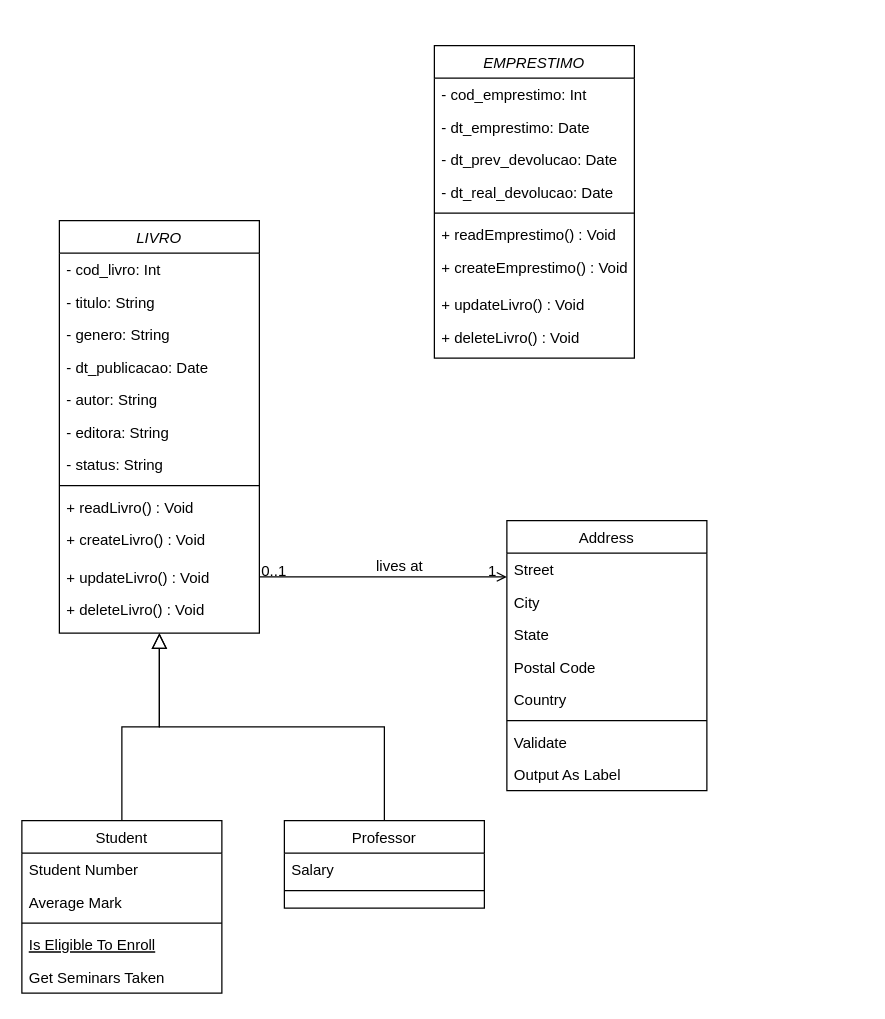
This is Diagrama sem nome.drawio from Joniclei/DiagramaDeClasse, a draw.io file, before an edit. Source tidied: cells renumbered, new cells numbered last; positions are measured from the earlier drawing's top-left corner, leaving out a move shared by most shapes. Both pictures are drawn from the tidied source at 125%, with x=0, y=0 at pixel (21, 45).
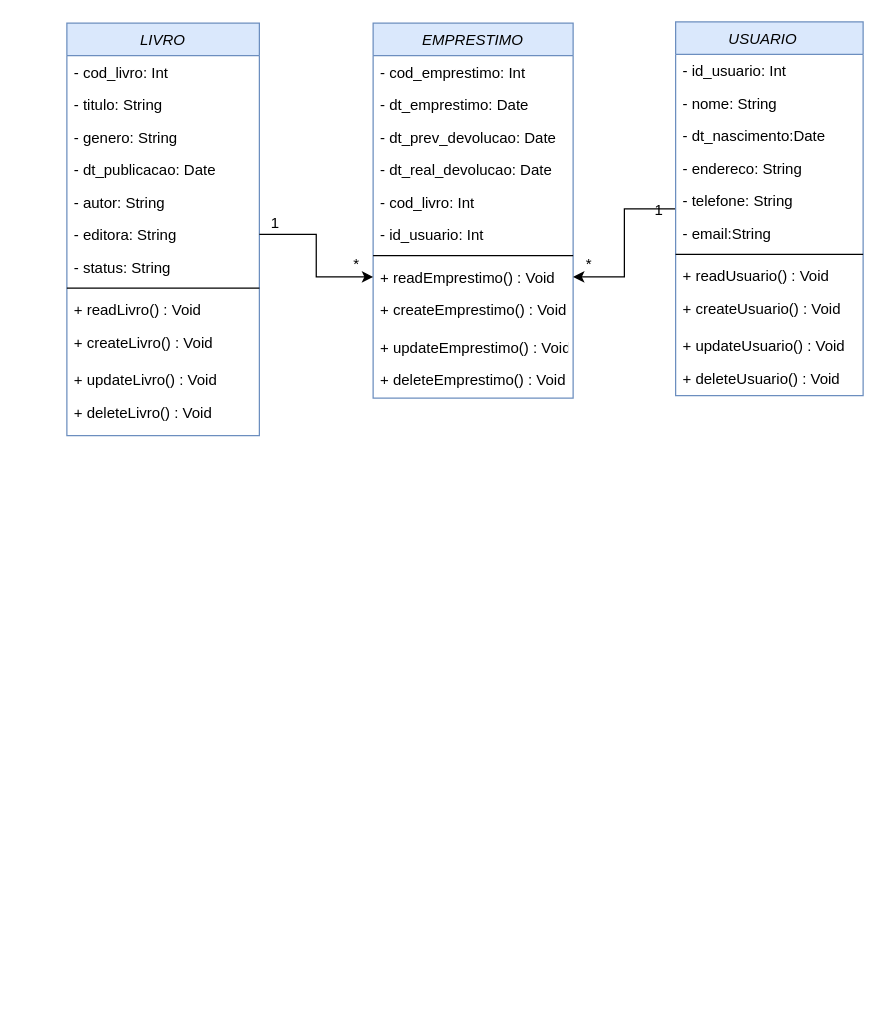
After the change.

What changed in the source:
```diff
@@
-    <mxCell id="2" value="LIVRO" style="swimlane;fontStyle=2;align=center;verticalAlign=top;horizontal=1;startSize=26;rounded=0;shadow=0;strokeWidth=1;" parent="1" vertex="1">
-      <mxGeometry x="30" y="140" width="160" height="330" as="geometry" />
+    <mxCell id="2" value="LIVRO" style="swimlane;fontStyle=2;align=center;verticalAlign=top;horizontal=1;startSize=26;rounded=0;shadow=0;strokeWidth=1;fillColor=#dae8fc;strokeColor=#6c8ebf;" parent="1" vertex="1">
+      <mxGeometry x="36" y="-18" width="154" height="330" as="geometry" />
     </mxCell>
     <mxCell id="3" value="- cod_livro: Int" style="text;align=left;verticalAlign=top;spacingLeft=4;spacingRight=4;overflow=hidden;" parent="2" vertex="1">
-      <mxGeometry y="26" width="160" height="26" as="geometry" />
+      <mxGeometry y="26" width="154" height="26" as="geometry" />
     </mxCell>
     <mxCell id="4" value="- titulo: String" style="text;align=left;verticalAlign=top;spacingLeft=4;spacingRight=4;overflow=hidden;rounded=0;shadow=0;html=0;" parent="2" vertex="1">
-      <mxGeometry y="52" width="160" height="26" as="geometry" />
+      <mxGeometry y="52" width="154" height="26" as="geometry" />
     </mxCell>
     <mxCell id="5" value="- genero: String" style="text;align=left;verticalAlign=top;spacingLeft=4;spacingRight=4;overflow=hidden;rounded=0;shadow=0;html=0;" parent="2" vertex="1">
-      <mxGeometry y="78" width="160" height="26" as="geometry" />
+      <mxGeometry y="78" width="154" height="26" as="geometry" />
     </mxCell>
     <mxCell id="6" value="- dt_publicacao: Date" style="text;align=left;verticalAlign=top;spacingLeft=4;spacingRight=4;overflow=hidden;rounded=0;shadow=0;html=0;" parent="2" vertex="1">
-      <mxGeometry y="104" width="160" height="26" as="geometry" />
+      <mxGeometry y="104" width="154" height="26" as="geometry" />
     </mxCell>
     <mxCell id="7" value="- autor: String&#10;" style="text;align=left;verticalAlign=top;spacingLeft=4;spacingRight=4;overflow=hidden;rounded=0;shadow=0;html=0;" parent="2" vertex="1">
-      <mxGeometry y="130" width="160" height="26" as="geometry" />
+      <mxGeometry y="130" width="154" height="26" as="geometry" />
     </mxCell>
     <mxCell id="8" value="- editora: String&#10;" style="text;align=left;verticalAlign=top;spacingLeft=4;spacingRight=4;overflow=hidden;points=[[0,0.5],[1,0.5]];portConstraint=eastwest;rounded=0;shadow=0;html=0;" parent="2" vertex="1">
-      <mxGeometry y="156" width="160" height="26" as="geometry" />
+      <mxGeometry y="156" width="154" height="26" as="geometry" />
     </mxCell>
     <mxCell id="9" value="- status: String" style="text;align=left;verticalAlign=top;spacingLeft=4;spacingRight=4;overflow=hidden;rounded=0;shadow=0;html=0;" parent="2" vertex="1">
-      <mxGeometry y="182" width="160" height="26" as="geometry" />
+      <mxGeometry y="182" width="154" height="26" as="geometry" />
     </mxCell>
     <mxCell id="10" style="line;html=1;strokeWidth=1;align=left;verticalAlign=middle;spacingTop=-1;spacingLeft=3;spacingRight=3;labelPosition=right;" parent="2" vertex="1">
-      <mxGeometry y="208" width="160" height="8" as="geometry" />
+      <mxGeometry y="208" width="154" height="8" as="geometry" />
     </mxCell>
     <mxCell id="11" value="+ readLivro() : Void" style="text;align=left;verticalAlign=top;spacingLeft=4;spacingRight=4;overflow=hidden;" parent="2" vertex="1">
-      <mxGeometry y="216" width="160" height="26" as="geometry" />
+      <mxGeometry y="216" width="154" height="26" as="geometry" />
     </mxCell>
     <mxCell id="12" value="+ createLivro() : Void" style="text;align=left;verticalAlign=top;spacingLeft=4;spacingRight=4;overflow=hidden;" parent="2" vertex="1">
-      <mxGeometry y="242" width="160" height="30" as="geometry" />
+      <mxGeometry y="242" width="154" height="30" as="geometry" />
     </mxCell>
     <mxCell id="13" value="+ updateLivro() : Void" style="text;align=left;verticalAlign=top;spacingLeft=4;spacingRight=4;overflow=hidden;" parent="2" vertex="1">
-      <mxGeometry y="272" width="160" height="26" as="geometry" />
+      <mxGeometry y="272" width="154" height="26" as="geometry" />
     </mxCell>
     <mxCell id="14" value="+ deleteLivro() : Void" style="text;align=left;verticalAlign=top;spacingLeft=4;spacingRight=4;overflow=hidden;" parent="2" vertex="1">
-      <mxGeometry y="298" width="160" height="26" as="geometry" />
+      <mxGeometry y="298" width="154" height="26" as="geometry" />
     </mxCell>
-    <mxCell id="15" value="Student" style="swimlane;fontStyle=0;align=center;verticalAlign=top;horizontal=1;startSize=26;rounded=0;shadow=0;strokeWidth=1;" parent="1" vertex="1">
-      <mxGeometry y="620" width="160" height="138" as="geometry" />
-    </mxCell>
-    <mxCell id="16" value="Student Number" style="text;align=left;verticalAlign=top;spacingLeft=4;spacingRight=4;overflow=hidden;" parent="15" vertex="1">
-      <mxGeometry y="26" width="160" height="26" as="geometry" />
-    </mxCell>
-    <mxCell id="17" value="Average Mark" style="text;align=left;verticalAlign=top;spacingLeft=4;spacingRight=4;overflow=hidden;rounded=0;shadow=0;html=0;" parent="15" vertex="1">
-      <mxGeometry y="52" width="160" height="26" as="geometry" />
-    </mxCell>
-    <mxCell id="18" style="line;html=1;strokeWidth=1;align=left;verticalAlign=middle;spacingTop=-1;spacingLeft=3;spacingRight=3;labelPosition=right;" parent="15" vertex="1">
-      <mxGeometry y="78" width="160" height="8" as="geometry" />
-    </mxCell>
-    <mxCell id="19" value="Is Eligible To Enroll" style="text;align=left;verticalAlign=top;spacingLeft=4;spacingRight=4;overflow=hidden;fontStyle=4;" parent="15" vertex="1">
-      <mxGeometry y="86" width="160" height="26" as="geometry" />
-    </mxCell>
-    <mxCell id="20" value="Get Seminars Taken" style="text;align=left;verticalAlign=top;spacingLeft=4;spacingRight=4;overflow=hidden;" parent="15" vertex="1">
-      <mxGeometry y="112" width="160" height="26" as="geometry" />
-    </mxCell>
-    <mxCell id="21" style="endArrow=block;endSize=10;endFill=0;shadow=0;strokeWidth=1;rounded=0;edgeStyle=elbowEdgeStyle;elbow=vertical;" parent="1" edge="1" source="15" target="2">
-      <mxGeometry relative="1" as="geometry" />
-    </mxCell>
-    <mxCell id="22" value="Professor" style="swimlane;fontStyle=0;align=center;verticalAlign=top;horizontal=1;startSize=26;rounded=0;shadow=0;strokeWidth=1;" parent="1" vertex="1">
-      <mxGeometry x="210" y="620" width="160" height="70" as="geometry" />
-    </mxCell>
-    <mxCell id="23" value="Salary" style="text;align=left;verticalAlign=top;spacingLeft=4;spacingRight=4;overflow=hidden;" parent="22" vertex="1">
-      <mxGeometry y="26" width="160" height="26" as="geometry" />
-    </mxCell>
-    <mxCell id="24" style="line;html=1;strokeWidth=1;align=left;verticalAlign=middle;spacingTop=-1;spacingLeft=3;spacingRight=3;labelPosition=right;" parent="22" vertex="1">
-      <mxGeometry y="52" width="160" height="8" as="geometry" />
-    </mxCell>
-    <mxCell id="25" style="endArrow=block;endSize=10;endFill=0;shadow=0;strokeWidth=1;rounded=0;edgeStyle=elbowEdgeStyle;elbow=vertical;" parent="1" edge="1" source="22" target="2">
-      <mxGeometry relative="1" as="geometry" />
-    </mxCell>
-    <mxCell id="26" value="Address" style="swimlane;fontStyle=0;align=center;verticalAlign=top;horizontal=1;startSize=26;rounded=0;shadow=0;strokeWidth=1;" parent="1" vertex="1">
-      <mxGeometry x="388" y="380" width="160" height="216" as="geometry" />
-    </mxCell>
-    <mxCell id="27" value="Street" style="text;align=left;verticalAlign=top;spacingLeft=4;spacingRight=4;overflow=hidden;" parent="26" vertex="1">
-      <mxGeometry y="26" width="160" height="26" as="geometry" />
-    </mxCell>
-    <mxCell id="28" value="City" style="text;align=left;verticalAlign=top;spacingLeft=4;spacingRight=4;overflow=hidden;rounded=0;shadow=0;html=0;" parent="26" vertex="1">
-      <mxGeometry y="52" width="160" height="26" as="geometry" />
-    </mxCell>
-    <mxCell id="29" value="State" style="text;align=left;verticalAlign=top;spacingLeft=4;spacingRight=4;overflow=hidden;rounded=0;shadow=0;html=0;" parent="26" vertex="1">
-      <mxGeometry y="78" width="160" height="26" as="geometry" />
-    </mxCell>
-    <mxCell id="30" value="Postal Code" style="text;align=left;verticalAlign=top;spacingLeft=4;spacingRight=4;overflow=hidden;rounded=0;shadow=0;html=0;" parent="26" vertex="1">
-      <mxGeometry y="104" width="160" height="26" as="geometry" />
-    </mxCell>
-    <mxCell id="31" value="Country" style="text;align=left;verticalAlign=top;spacingLeft=4;spacingRight=4;overflow=hidden;rounded=0;shadow=0;html=0;" parent="26" vertex="1">
-      <mxGeometry y="130" width="160" height="26" as="geometry" />
-    </mxCell>
-    <mxCell id="32" style="line;html=1;strokeWidth=1;align=left;verticalAlign=middle;spacingTop=-1;spacingLeft=3;spacingRight=3;labelPosition=right;" parent="26" vertex="1">
-      <mxGeometry y="156" width="160" height="8" as="geometry" />
-    </mxCell>
-    <mxCell id="33" value="Validate" style="text;align=left;verticalAlign=top;spacingLeft=4;spacingRight=4;overflow=hidden;" parent="26" vertex="1">
-      <mxGeometry y="164" width="160" height="26" as="geometry" />
-    </mxCell>
-    <mxCell id="34" value="Output As Label" style="text;align=left;verticalAlign=top;spacingLeft=4;spacingRight=4;overflow=hidden;" parent="26" vertex="1">
-      <mxGeometry y="190" width="160" height="26" as="geometry" />
-    </mxCell>
-    <mxCell id="35" style="endArrow=open;shadow=0;strokeWidth=1;rounded=0;endFill=1;edgeStyle=elbowEdgeStyle;elbow=vertical;" parent="1" edge="1" source="2" target="26">
-      <mxGeometry x="0.5" y="41" relative="1" as="geometry">
-        <mxPoint x="-40" y="32" as="offset" />
-      </mxGeometry>
-    </mxCell>
-    <mxCell id="36" value="0..1" style="align=left;verticalAlign=bottom;labelBackgroundColor=none;fontSize=12;" parent="35" vertex="1">
-      <mxGeometry x="-1" relative="1" as="geometry">
-        <mxPoint y="4" as="offset" />
-      </mxGeometry>
-    </mxCell>
-    <mxCell id="37" value="1" style="align=right;verticalAlign=bottom;labelBackgroundColor=none;fontSize=12;" parent="35" vertex="1">
-      <mxGeometry x="1" relative="1" as="geometry">
-        <mxPoint x="-7" y="4" as="offset" />
-      </mxGeometry>
-    </mxCell>
-    <mxCell id="38" value="lives at" style="text;html=1;align=center;verticalAlign=middle;labelBackgroundColor=none;rounded=0;shadow=0;strokeWidth=1;fontSize=12;" parent="35" vertex="1">
-      <mxGeometry x="0.5" y="49" relative="1" as="geometry">
-        <mxPoint x="-38" y="40" as="offset" />
-      </mxGeometry>
-    </mxCell>
-    <mxCell id="39" value="EMPRESTIMO" style="swimlane;fontStyle=2;align=center;verticalAlign=top;horizontal=1;startSize=26;rounded=0;shadow=0;strokeWidth=1;" parent="1" vertex="1">
-      <mxGeometry x="330" width="160" height="250" as="geometry" />
+    <mxCell id="39" value="EMPRESTIMO" style="swimlane;fontStyle=2;align=center;verticalAlign=top;horizontal=1;startSize=26;rounded=0;shadow=0;strokeWidth=1;fillColor=#dae8fc;strokeColor=#6c8ebf;" parent="1" vertex="1">
+      <mxGeometry x="281" y="-18" width="160" height="300" as="geometry" />
     </mxCell>
@@
+    <mxCell id="49" value="- cod_livro: Int" style="text;align=left;verticalAlign=top;spacingLeft=4;spacingRight=4;overflow=hidden;" parent="39" vertex="1">
+      <mxGeometry y="130" width="160" height="26" as="geometry" />
+    </mxCell>
+    <mxCell id="50" value="- id_usuario: Int" style="text;align=left;verticalAlign=top;spacingLeft=4;spacingRight=4;overflow=hidden;rounded=0;shadow=0;html=0;" parent="39" vertex="1">
+      <mxGeometry y="156" width="160" height="26" as="geometry" />
+    </mxCell>
     <mxCell id="44" style="line;html=1;strokeWidth=1;align=left;verticalAlign=middle;spacingTop=-1;spacingLeft=3;spacingRight=3;labelPosition=right;" parent="39" vertex="1">
-      <mxGeometry y="130" width="160" height="8" as="geometry" />
+      <mxGeometry y="182" width="160" height="8" as="geometry" />
     </mxCell>
     <mxCell id="45" value="+ readEmprestimo() : Void" style="text;align=left;verticalAlign=top;spacingLeft=4;spacingRight=4;overflow=hidden;points=[[0,0.5],[1,0.5]];portConstraint=eastwest;" parent="39" vertex="1">
-      <mxGeometry y="138" width="160" height="26" as="geometry" />
+      <mxGeometry y="190" width="160" height="26" as="geometry" />
     </mxCell>
     <mxCell id="46" value="+ createEmprestimo() : Void" style="text;align=left;verticalAlign=top;spacingLeft=4;spacingRight=4;overflow=hidden;" parent="39" vertex="1">
-      <mxGeometry y="164" width="160" height="30" as="geometry" />
+      <mxGeometry y="216" width="160" height="30" as="geometry" />
     </mxCell>
-    <mxCell id="47" value="+ updateLivro() : Void" style="text;align=left;verticalAlign=top;spacingLeft=4;spacingRight=4;overflow=hidden;" parent="39" vertex="1">
-      <mxGeometry y="194" width="160" height="26" as="geometry" />
+    <mxCell id="47" value="+ updateEmprestimo() : Void" style="text;align=left;verticalAlign=top;spacingLeft=4;spacingRight=4;overflow=hidden;" parent="39" vertex="1">
+      <mxGeometry y="246" width="160" height="26" as="geometry" />
     </mxCell>
-    <mxCell id="48" value="+ deleteLivro() : Void" style="text;align=left;verticalAlign=top;spacingLeft=4;spacingRight=4;overflow=hidden;" parent="39" vertex="1">
-      <mxGeometry y="220" width="160" height="26" as="geometry" />
+    <mxCell id="48" value="+ deleteEmprestimo() : Void" style="text;align=left;verticalAlign=top;spacingLeft=4;spacingRight=4;overflow=hidden;" parent="39" vertex="1">
+      <mxGeometry y="272" width="160" height="26" as="geometry" />
     </mxCell>
+    <mxCell id="51" style="edgeStyle=orthogonalEdgeStyle;rounded=0;jettySize=auto;html=1;" parent="1" edge="1" source="52" target="45">
+      <mxGeometry relative="1" as="geometry" />
+    </mxCell>
+    <mxCell id="52" value="USUARIO   " style="swimlane;fontStyle=2;align=center;verticalAlign=top;horizontal=1;startSize=26;rounded=0;shadow=0;strokeWidth=1;fillColor=#dae8fc;strokeColor=#6c8ebf;" parent="1" vertex="1">
+      <mxGeometry x="523" y="-19" width="150" height="299" as="geometry" />
+    </mxCell>
+    <mxCell id="53" value="- id_usuario: Int" style="text;align=left;verticalAlign=top;spacingLeft=4;spacingRight=4;overflow=hidden;rounded=0;shadow=0;html=0;" parent="52" vertex="1">
+      <mxGeometry y="26" width="150" height="26" as="geometry" />
+    </mxCell>
+    <mxCell id="54" value="- nome: String" style="text;align=left;verticalAlign=top;spacingLeft=4;spacingRight=4;overflow=hidden;" parent="52" vertex="1">
+      <mxGeometry y="52" width="150" height="26" as="geometry" />
+    </mxCell>
+    <mxCell id="55" value="- dt_nascimento:Date" style="text;align=left;verticalAlign=top;spacingLeft=4;spacingRight=4;overflow=hidden;rounded=0;shadow=0;html=0;" parent="52" vertex="1">
+      <mxGeometry y="78" width="150" height="26" as="geometry" />
+    </mxCell>
+    <mxCell id="56" value="- endereco: String" style="text;align=left;verticalAlign=top;spacingLeft=4;spacingRight=4;overflow=hidden;rounded=0;shadow=0;html=0;" parent="52" vertex="1">
+      <mxGeometry y="104" width="150" height="26" as="geometry" />
+    </mxCell>
+    <mxCell id="57" value="- telefone: String" style="text;align=left;verticalAlign=top;spacingLeft=4;spacingRight=4;overflow=hidden;rounded=0;shadow=0;html=0;" parent="52" vertex="1">
+      <mxGeometry y="130" width="150" height="26" as="geometry" />
+    </mxCell>
+    <mxCell id="58" value="- email:String" style="text;align=left;verticalAlign=top;spacingLeft=4;spacingRight=4;overflow=hidden;" parent="52" vertex="1">
+      <mxGeometry y="156" width="150" height="26" as="geometry" />
+    </mxCell>
+    <mxCell id="59" style="line;html=1;strokeWidth=1;align=left;verticalAlign=middle;spacingTop=-1;spacingLeft=3;spacingRight=3;labelPosition=right;" parent="52" vertex="1">
+      <mxGeometry y="182" width="150" height="8" as="geometry" />
+    </mxCell>
+    <mxCell id="60" value="+ readUsuario() : Void" style="text;align=left;verticalAlign=top;spacingLeft=4;spacingRight=4;overflow=hidden;" parent="52" vertex="1">
+      <mxGeometry y="190" width="150" height="26" as="geometry" />
+    </mxCell>
+    <mxCell id="61" value="+ createUsuario() : Void" style="text;align=left;verticalAlign=top;spacingLeft=4;spacingRight=4;overflow=hidden;" parent="52" vertex="1">
+      <mxGeometry y="216" width="150" height="30" as="geometry" />
+    </mxCell>
+    <mxCell id="62" value="+ updateUsuario() : Void" style="text;align=left;verticalAlign=top;spacingLeft=4;spacingRight=4;overflow=hidden;" parent="52" vertex="1">
+      <mxGeometry y="246" width="150" height="26" as="geometry" />
+    </mxCell>
+    <mxCell id="63" value="+ deleteUsuario() : Void" style="text;align=left;verticalAlign=top;spacingLeft=4;spacingRight=4;overflow=hidden;" parent="52" vertex="1">
+      <mxGeometry y="272" width="150" height="26" as="geometry" />
+    </mxCell>
+    <mxCell id="64" style="edgeStyle=orthogonalEdgeStyle;rounded=0;jettySize=auto;html=1;" parent="1" edge="1" source="8" target="45">
+      <mxGeometry relative="1" as="geometry" />
+    </mxCell>
+    <mxCell id="65" value="*" style="text;html=1;strokeColor=none;fillColor=none;align=center;verticalAlign=middle;whiteSpace=wrap;rounded=0;" parent="1" vertex="1">
+      <mxGeometry x="255" y="170" width="26" height="10" as="geometry" />
+    </mxCell>
+    <mxCell id="66" value="*" style="text;html=1;strokeColor=none;fillColor=none;align=center;verticalAlign=middle;whiteSpace=wrap;rounded=0;" parent="1" vertex="1">
+      <mxGeometry x="441" y="170" width="26" height="10" as="geometry" />
+    </mxCell>
+    <mxCell id="67" value="1" style="text;html=1;strokeColor=none;fillColor=none;align=center;verticalAlign=middle;whiteSpace=wrap;rounded=0;" parent="1" vertex="1">
+      <mxGeometry x="497" y="127" width="26" height="10" as="geometry" />
+    </mxCell>
+    <mxCell id="68" value="1" style="text;html=1;strokeColor=none;fillColor=none;align=center;verticalAlign=middle;whiteSpace=wrap;rounded=0;" parent="1" vertex="1">
+      <mxGeometry x="190" y="137" width="26" height="10" as="geometry" />
+    </mxCell>
```
